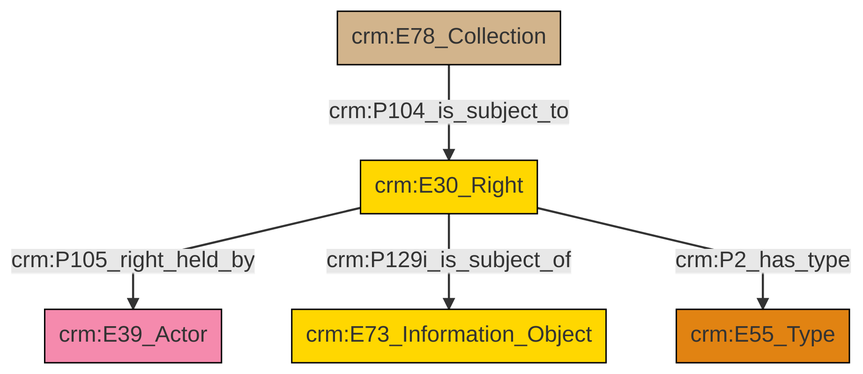
Above: et/archivalCSV/ttl/mmd/png/archival_rights.png in swiss-art-research-net/docs.swissartresearch (Mermaid), before the change. Its source is kept beside it as et/archivalCSV/ttl/mmd/archival_rights.ttl.mmd.
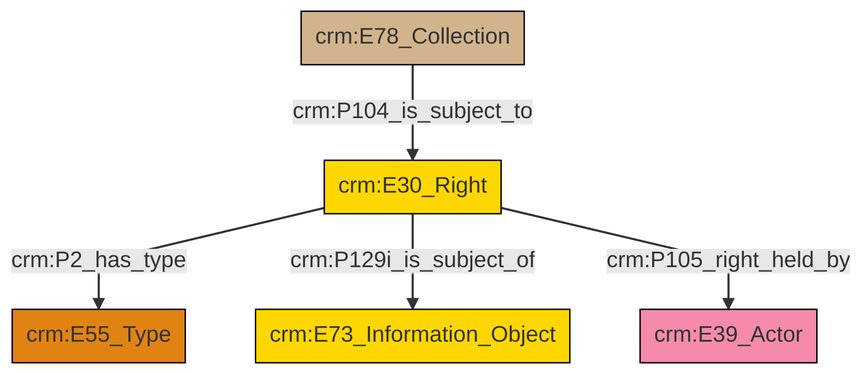
The same diagram one commit later.

The edit, as a diff of the source:
```diff
@@ -13,7 +13,7 @@
 classDef PC_Classes fill:#4ce600, stroke:#000000;
 classDef Multi fill:#cccccc,stroke:#000000;
 
-2["crm:E30_Right"]:::Conceptual_Object -->|crm:P105_right_held_by| 8["crm:E39_Actor"]:::Actor
-2["crm:E30_Right"]:::Conceptual_Object -->|crm:P129i_is_subject_of| 0["crm:E73_Information_Object"]:::Conceptual_Object
-2["crm:E30_Right"]:::Conceptual_Object -->|crm:P2_has_type| 4["crm:E55_Type"]:::Type
-6["crm:E78_Collection"]:::Physical_Thing -->|crm:P104_is_subject_to| 2["crm:E30_Right"]:::Conceptual_Object
+0["crm:E78_Collection"]:::Physical_Thing -->|crm:P104_is_subject_to| 4["crm:E30_Right"]:::Conceptual_Object
+4["crm:E30_Right"]:::Conceptual_Object -->|crm:P2_has_type| 2["crm:E55_Type"]:::Type
+4["crm:E30_Right"]:::Conceptual_Object -->|crm:P129i_is_subject_of| 6["crm:E73_Information_Object"]:::Conceptual_Object
+4["crm:E30_Right"]:::Conceptual_Object -->|crm:P105_right_held_by| 8["crm:E39_Actor"]:::Actor
```
